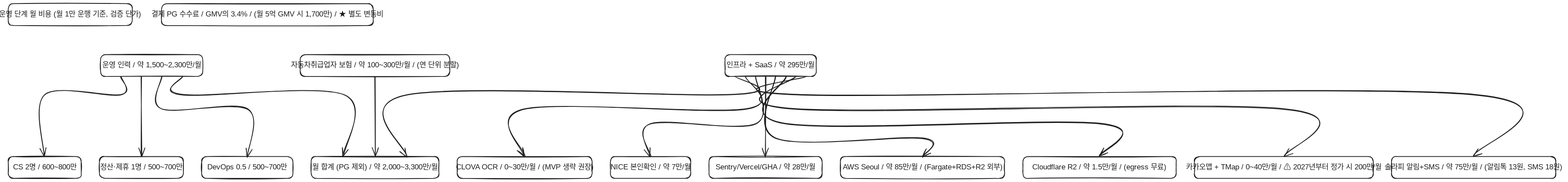
serendibeats/cargypsy keeps this Excalidraw diagram as diagrams/08-cost-operations.excalidraw.svg. Above is the earlier version. Source tidied: one line per element, renumbered; positions are measured from the earlier drawing's top-left corner, leaving out a move shared by most shapes. The source it was exported from:
```json
{"id": 0, "type": "rectangle", "strokeColor": "#1e1e1e", "strokeWidth": 2, "roughness": 1, "round": true, "x": 1974, "y": 140, "width": 250, "height": 60}
{"id": 1, "type": "text", "text": "인프라 + SaaS / 약 295만/월", "strokeColor": "#1e1e1e", "strokeWidth": 2, "roughness": 1, "fontSize": 20, "fontFamily": 5, "textAlign": "center", "verticalAlign": "middle", "x": 1973, "y": 158, "width": 252, "height": 25}
{"id": 2, "type": "rectangle", "strokeColor": "#1e1e1e", "strokeWidth": 2, "roughness": 1, "round": true, "x": 2290, "y": 420, "width": 450, "height": 60}
{"id": 3, "type": "text", "text": "AWS Seoul / 약 85만/월 / (Fargate+RDS+R2 외부)", "strokeColor": "#1e1e1e", "strokeWidth": 2, "roughness": 1, "fontSize": 20, "fontFamily": 5, "textAlign": "center", "verticalAlign": "middle", "x": 2269, "y": 438, "width": 492, "height": 25}
{"id": 4, "type": "rectangle", "strokeColor": "#1e1e1e", "strokeWidth": 2, "roughness": 1, "round": true, "x": 2790, "y": 420, "width": 420, "height": 60}
{"id": 5, "type": "text", "text": "Cloudflare R2 / 약 1.5만/월 / (egress 무료)", "strokeColor": "#1e1e1e", "strokeWidth": 2, "roughness": 1, "fontSize": 20, "fontFamily": 5, "textAlign": "center", "verticalAlign": "middle", "x": 2772, "y": 438, "width": 456, "height": 25}
{"id": 6, "type": "rectangle", "strokeColor": "#1e1e1e", "strokeWidth": 2, "roughness": 1, "round": true, "x": 3800, "y": 420, "width": 450, "height": 60}
{"id": 7, "type": "text", "text": "솔라피 알림+SMS / 약 75만/월 / (알림톡 13원, SMS 18원)", "strokeColor": "#1e1e1e", "strokeWidth": 2, "roughness": 1, "fontSize": 20, "fontFamily": 5, "textAlign": "center", "verticalAlign": "middle", "x": 3779, "y": 438, "width": 492, "height": 25}
{"id": 8, "type": "rectangle", "strokeColor": "#1e1e1e", "strokeWidth": 2, "roughness": 1, "round": true, "x": 3260, "y": 420, "width": 490, "height": 60}
{"id": 9, "type": "text", "text": "카카오맵 + TMap / 0~40만/월 / ⚠ 2027년부터 정가 시 200만/월", "strokeColor": "#1e1e1e", "strokeWidth": 2, "roughness": 1, "fontSize": 20, "fontFamily": 5, "textAlign": "center", "verticalAlign": "middle", "x": 3235, "y": 438, "width": 540, "height": 25}
{"id": 10, "type": "rectangle", "strokeColor": "#1e1e1e", "strokeWidth": 2, "roughness": 1, "round": true, "x": 1240, "y": 420, "width": 370, "height": 60}
{"id": 11, "type": "text", "text": "CLOVA OCR / 0~30만/월 / (MVP 생략 권장)", "strokeColor": "#1e1e1e", "strokeWidth": 2, "roughness": 1, "fontSize": 20, "fontFamily": 5, "textAlign": "center", "verticalAlign": "middle", "x": 1227, "y": 438, "width": 396, "height": 25}
{"id": 12, "type": "rectangle", "strokeColor": "#1e1e1e", "strokeWidth": 2, "roughness": 1, "round": true, "x": 1660, "y": 420, "width": 220, "height": 60}
{"id": 13, "type": "text", "text": "NICE 본인확인 / 약 7만/월", "strokeColor": "#1e1e1e", "strokeWidth": 2, "roughness": 1, "fontSize": 20, "fontFamily": 5, "textAlign": "center", "verticalAlign": "middle", "x": 1662, "y": 438, "width": 216, "height": 25}
{"id": 14, "type": "rectangle", "strokeColor": "#1e1e1e", "strokeWidth": 2, "roughness": 1, "round": true, "x": 1930, "y": 420, "width": 310, "height": 60}
{"id": 15, "type": "text", "text": "Sentry/Vercel/GHA / 약 28만/월", "strokeColor": "#1e1e1e", "strokeWidth": 2, "roughness": 1, "fontSize": 20, "fontFamily": 5, "textAlign": "center", "verticalAlign": "middle", "x": 1923, "y": 438, "width": 324, "height": 25}
{"id": 16, "type": "rectangle", "strokeColor": "#1e1e1e", "strokeWidth": 2, "roughness": 1, "round": true, "x": 263, "y": 140, "width": 280, "height": 60}
{"id": 17, "type": "text", "text": "운영 인력 / 약 1,500~2,300만/월", "strokeColor": "#1e1e1e", "strokeWidth": 2, "roughness": 1, "fontSize": 20, "fontFamily": 5, "textAlign": "center", "verticalAlign": "middle", "x": 259, "y": 158, "width": 288, "height": 25}
{"id": 18, "type": "rectangle", "strokeColor": "#1e1e1e", "strokeWidth": 2, "roughness": 1, "round": true, "x": 10, "y": 420, "width": 200, "height": 60}
{"id": 19, "type": "text", "text": "CS 2명 / 600~800만", "strokeColor": "#1e1e1e", "strokeWidth": 2, "roughness": 1, "fontSize": 20, "fontFamily": 5, "textAlign": "center", "verticalAlign": "middle", "x": 14, "y": 438, "width": 192, "height": 25}
{"id": 20, "type": "rectangle", "strokeColor": "#1e1e1e", "strokeWidth": 2, "roughness": 1, "round": true, "x": 260, "y": 420, "width": 230, "height": 60}
{"id": 21, "type": "text", "text": "정산·제휴 1명 / 500~700만", "strokeColor": "#1e1e1e", "strokeWidth": 2, "roughness": 1, "fontSize": 20, "fontFamily": 5, "textAlign": "center", "verticalAlign": "middle", "x": 261, "y": 438, "width": 228, "height": 25}
{"id": 22, "type": "rectangle", "strokeColor": "#1e1e1e", "strokeWidth": 2, "roughness": 1, "round": true, "x": 540, "y": 420, "width": 250, "height": 60}
{"id": 23, "type": "text", "text": "DevOps 0.5 / 500~700만", "strokeColor": "#1e1e1e", "strokeWidth": 2, "roughness": 1, "fontSize": 20, "fontFamily": 5, "textAlign": "center", "verticalAlign": "middle", "x": 539, "y": 438, "width": 252, "height": 25}
{"id": 24, "type": "rectangle", "strokeColor": "#1e1e1e", "strokeWidth": 2, "roughness": 1, "round": true, "x": 840, "y": 420, "width": 350, "height": 60}
{"id": 25, "type": "text", "text": "월 합계 (PG 제외) / 약 2,000~3,300만/월", "strokeColor": "#1e1e1e", "strokeWidth": 2, "roughness": 1, "fontSize": 20, "fontFamily": 5, "textAlign": "center", "verticalAlign": "middle", "x": 829, "y": 438, "width": 372, "height": 25}
{"id": 26, "type": "rectangle", "strokeColor": "#1e1e1e", "strokeWidth": 2, "roughness": 1, "round": true, "x": 810, "y": 140, "width": 410, "height": 60}
{"id": 27, "type": "text", "text": "자동차취급업자 보험 / 약 100~300만/월 / (연 단위 분할)", "strokeColor": "#1e1e1e", "strokeWidth": 2, "roughness": 1, "fontSize": 20, "fontFamily": 5, "textAlign": "center", "verticalAlign": "middle", "x": 793, "y": 158, "width": 444, "height": 25}
{"id": 28, "type": "rectangle", "strokeColor": "#1e1e1e", "strokeWidth": 2, "roughness": 1, "round": true, "x": 10, "y": 0, "width": 340, "height": 60}
{"id": 29, "type": "text", "text": "운영 단계 월 비용 (월 1만 운행 기준, 검증 단가)", "strokeColor": "#1e1e1e", "strokeWidth": 2, "roughness": 1, "fontSize": 20, "fontFamily": 5, "textAlign": "center", "verticalAlign": "middle", "x": 0, "y": 18, "width": 360, "height": 25}
{"id": 30, "type": "rectangle", "strokeColor": "#1e1e1e", "strokeWidth": 2, "roughness": 1, "round": true, "x": 430, "y": 0, "width": 580, "height": 60}
{"id": 31, "type": "text", "text": "결제 PG 수수료 / GMV의 3.4% / (월 5억 GMV 시 1,700만) / ★ 별도 변동비", "strokeColor": "#1e1e1e", "strokeWidth": 2, "roughness": 1, "fontSize": 20, "fontFamily": 5, "textAlign": "center", "verticalAlign": "middle", "x": 396, "y": 18, "width": 648, "height": 25}
{"id": 32, "type": "arrow", "strokeColor": "#1e1e1e", "strokeWidth": 2, "roughness": 1, "endArrowhead": "arrow", "round": true, "from": 0, "to": 2, "x": 2113, "y": 200, "width": 402, "height": 220, "points": [[0, 0], [0, 170], [402, 170], [402, 220]]}
{"id": 33, "type": "arrow", "strokeColor": "#1e1e1e", "strokeWidth": 2, "roughness": 1, "endArrowhead": "arrow", "round": true, "from": 0, "to": 4, "x": 2141, "y": 200, "width": 859, "height": 220, "points": [[0, 0], [0, 130], [859, 130], [859, 220]]}
{"id": 34, "type": "arrow", "strokeColor": "#1e1e1e", "strokeWidth": 2, "roughness": 1, "endArrowhead": "arrow", "round": true, "from": 0, "to": 6, "x": 2196, "y": 200, "width": 1829, "height": 220, "points": [[0, 0], [0, 50], [1829, 50], [1829, 220]]}
{"id": 35, "type": "arrow", "strokeColor": "#1e1e1e", "strokeWidth": 2, "roughness": 1, "endArrowhead": "arrow", "round": true, "from": 0, "to": 8, "x": 2168, "y": 200, "width": 1337, "height": 220, "points": [[0, 0], [0, 90], [1337, 90], [1337, 220]]}
{"id": 36, "type": "arrow", "strokeColor": "#1e1e1e", "strokeWidth": 2, "roughness": 1, "endArrowhead": "arrow", "round": true, "from": 0, "to": 10, "x": 2030, "y": 200, "width": 605, "height": 220, "points": [[0, 0], [0, 90], [-605, 90], [-605, 220]]}
{"id": 37, "type": "arrow", "strokeColor": "#1e1e1e", "strokeWidth": 2, "roughness": 1, "endArrowhead": "arrow", "round": true, "from": 0, "to": 12, "x": 2057, "y": 200, "width": 287, "height": 220, "points": [[0, 0], [0, 130], [-287, 130], [-287, 220]]}
{"id": 38, "type": "arrow", "strokeColor": "#1e1e1e", "strokeWidth": 2, "roughness": 1, "endArrowhead": "arrow", "round": true, "from": 0, "to": 14, "x": 2085, "y": 200, "width": 0, "height": 220, "points": [[0, 0], [0, 220]]}
{"id": 39, "type": "arrow", "strokeColor": "#1e1e1e", "strokeWidth": 2, "roughness": 1, "endArrowhead": "arrow", "round": true, "from": 16, "to": 18, "x": 319, "y": 200, "width": 209, "height": 220, "points": [[0, 0], [0, 50], [-209, 50], [-209, 220]]}
{"id": 40, "type": "arrow", "strokeColor": "#1e1e1e", "strokeWidth": 2, "roughness": 1, "endArrowhead": "arrow", "round": true, "from": 16, "to": 20, "x": 375, "y": 200, "width": 0, "height": 220, "points": [[0, 0], [0, 220]]}
{"id": 41, "type": "arrow", "strokeColor": "#1e1e1e", "strokeWidth": 2, "roughness": 1, "endArrowhead": "arrow", "round": true, "from": 16, "to": 22, "x": 431, "y": 200, "width": 234, "height": 220, "points": [[0, 0], [0, 90], [234, 90], [234, 220]]}
{"id": 42, "type": "arrow", "strokeColor": "#1e1e1e", "strokeWidth": 2, "roughness": 1, "endArrowhead": "arrow", "round": true, "from": 0, "to": 24, "x": 2002, "y": 200, "width": 899, "height": 220, "points": [[0, 0], [0, 50], [-899, 50], [-899, 220]]}
{"id": 43, "type": "arrow", "strokeColor": "#1e1e1e", "strokeWidth": 2, "roughness": 1, "endArrowhead": "arrow", "round": true, "from": 16, "to": 24, "x": 487, "y": 200, "width": 441, "height": 220, "points": [[0, 0], [0, 50], [441, 50], [441, 220]]}
{"id": 44, "type": "arrow", "strokeColor": "#1e1e1e", "strokeWidth": 2, "roughness": 1, "endArrowhead": "arrow", "round": true, "from": 26, "to": 24, "x": 1015, "y": 200, "width": 0, "height": 220, "points": [[0, 0], [0, 220]]}
```
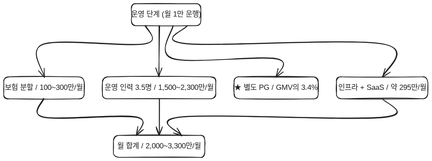
Above is the later version.

Diff of the diagram source:
```diff
@@ -1,45 +1,19 @@
-{"id": 0, "type": "rectangle", "strokeColor": "#1e1e1e", "strokeWidth": 2, "roughness": 1, "round": true, "x": 1974, "y": 140, "width": 250, "height": 60}
+{"id": 45, "type": "rectangle", "strokeColor": "#1e1e1e", "strokeWidth": 2, "roughness": 1, "round": true, "x": 1413, "y": -60, "width": 190, "height": 60}
+{"id": 46, "type": "text", "text": "운영 단계 (월 1만 운행)", "strokeColor": "#1e1e1e", "strokeWidth": 2, "roughness": 1, "fontSize": 20, "fontFamily": 5, "textAlign": "center", "verticalAlign": "middle", "x": 1418, "y": -42, "width": 180, "height": 25}
+{"id": 47, "type": "rectangle", "strokeColor": "#1e1e1e", "strokeWidth": 2, "roughness": 1, "round": true, "x": 1974, "y": 140, "width": 250, "height": 60}
 {"id": 1, "type": "text", "text": "인프라 + SaaS / 약 295만/월", "strokeColor": "#1e1e1e", "strokeWidth": 2, "roughness": 1, "fontSize": 20, "fontFamily": 5, "textAlign": "center", "verticalAlign": "middle", "x": 1973, "y": 158, "width": 252, "height": 25}
-{"id": 2, "type": "rectangle", "strokeColor": "#1e1e1e", "strokeWidth": 2, "roughness": 1, "round": true, "x": 2290, "y": 420, "width": 450, "height": 60}
-{"id": 3, "type": "text", "text": "AWS Seoul / 약 85만/월 / (Fargate+RDS+R2 외부)", "strokeColor": "#1e1e1e", "strokeWidth": 2, "roughness": 1, "fontSize": 20, "fontFamily": 5, "textAlign": "center", "verticalAlign": "middle", "x": 2269, "y": 438, "width": 492, "height": 25}
-{"id": 4, "type": "rectangle", "strokeColor": "#1e1e1e", "strokeWidth": 2, "roughness": 1, "round": true, "x": 2790, "y": 420, "width": 420, "height": 60}
-{"id": 5, "type": "text", "text": "Cloudflare R2 / 약 1.5만/월 / (egress 무료)", "strokeColor": "#1e1e1e", "strokeWidth": 2, "roughness": 1, "fontSize": 20, "fontFamily": 5, "textAlign": "center", "verticalAlign": "middle", "x": 2772, "y": 438, "width": 456, "height": 25}
-{"id": 6, "type": "rectangle", "strokeColor": "#1e1e1e", "strokeWidth": 2, "roughness": 1, "round": true, "x": 3800, "y": 420, "width": 450, "height": 60}
-{"id": 7, "type": "text", "text": "솔라피 알림+SMS / 약 75만/월 / (알림톡 13원, SMS 18원)", "strokeColor": "#1e1e1e", "strokeWidth": 2, "roughness": 1, "fontSize": 20, "fontFamily": 5, "textAlign": "center", "verticalAlign": "middle", "x": 3779, "y": 438, "width": 492, "height": 25}
-{"id": 8, "type": "rectangle", "strokeColor": "#1e1e1e", "strokeWidth": 2, "roughness": 1, "round": true, "x": 3260, "y": 420, "width": 490, "height": 60}
-{"id": 9, "type": "text", "text": "카카오맵 + TMap / 0~40만/월 / ⚠ 2027년부터 정가 시 200만/월", "strokeColor": "#1e1e1e", "strokeWidth": 2, "roughness": 1, "fontSize": 20, "fontFamily": 5, "textAlign": "center", "verticalAlign": "middle", "x": 3235, "y": 438, "width": 540, "height": 25}
-{"id": 10, "type": "rectangle", "strokeColor": "#1e1e1e", "strokeWidth": 2, "roughness": 1, "round": true, "x": 1240, "y": 420, "width": 370, "height": 60}
-{"id": 11, "type": "text", "text": "CLOVA OCR / 0~30만/월 / (MVP 생략 권장)", "strokeColor": "#1e1e1e", "strokeWidth": 2, "roughness": 1, "fontSize": 20, "fontFamily": 5, "textAlign": "center", "verticalAlign": "middle", "x": 1227, "y": 438, "width": 396, "height": 25}
-{"id": 12, "type": "rectangle", "strokeColor": "#1e1e1e", "strokeWidth": 2, "roughness": 1, "round": true, "x": 1660, "y": 420, "width": 220, "height": 60}
-{"id": 13, "type": "text", "text": "NICE 본인확인 / 약 7만/월", "strokeColor": "#1e1e1e", "strokeWidth": 2, "roughness": 1, "fontSize": 20, "fontFamily": 5, "textAlign": "center", "verticalAlign": "middle", "x": 1662, "y": 438, "width": 216, "height": 25}
-{"id": 14, "type": "rectangle", "strokeColor": "#1e1e1e", "strokeWidth": 2, "roughness": 1, "round": true, "x": 1930, "y": 420, "width": 310, "height": 60}
-{"id": 15, "type": "text", "text": "Sentry/Vercel/GHA / 약 28만/월", "strokeColor": "#1e1e1e", "strokeWidth": 2, "roughness": 1, "fontSize": 20, "fontFamily": 5, "textAlign": "center", "verticalAlign": "middle", "x": 1923, "y": 438, "width": 324, "height": 25}
-{"id": 16, "type": "rectangle", "strokeColor": "#1e1e1e", "strokeWidth": 2, "roughness": 1, "round": true, "x": 263, "y": 140, "width": 280, "height": 60}
-{"id": 17, "type": "text", "text": "운영 인력 / 약 1,500~2,300만/월", "strokeColor": "#1e1e1e", "strokeWidth": 2, "roughness": 1, "fontSize": 20, "fontFamily": 5, "textAlign": "center", "verticalAlign": "middle", "x": 259, "y": 158, "width": 288, "height": 25}
-{"id": 18, "type": "rectangle", "strokeColor": "#1e1e1e", "strokeWidth": 2, "roughness": 1, "round": true, "x": 10, "y": 420, "width": 200, "height": 60}
-{"id": 19, "type": "text", "text": "CS 2명 / 600~800만", "strokeColor": "#1e1e1e", "strokeWidth": 2, "roughness": 1, "fontSize": 20, "fontFamily": 5, "textAlign": "center", "verticalAlign": "middle", "x": 14, "y": 438, "width": 192, "height": 25}
-{"id": 20, "type": "rectangle", "strokeColor": "#1e1e1e", "strokeWidth": 2, "roughness": 1, "round": true, "x": 260, "y": 420, "width": 230, "height": 60}
-{"id": 21, "type": "text", "text": "정산·제휴 1명 / 500~700만", "strokeColor": "#1e1e1e", "strokeWidth": 2, "roughness": 1, "fontSize": 20, "fontFamily": 5, "textAlign": "center", "verticalAlign": "middle", "x": 261, "y": 438, "width": 228, "height": 25}
-{"id": 22, "type": "rectangle", "strokeColor": "#1e1e1e", "strokeWidth": 2, "roughness": 1, "round": true, "x": 540, "y": 420, "width": 250, "height": 60}
-{"id": 23, "type": "text", "text": "DevOps 0.5 / 500~700만", "strokeColor": "#1e1e1e", "strokeWidth": 2, "roughness": 1, "fontSize": 20, "fontFamily": 5, "textAlign": "center", "verticalAlign": "middle", "x": 539, "y": 438, "width": 252, "height": 25}
-{"id": 24, "type": "rectangle", "strokeColor": "#1e1e1e", "strokeWidth": 2, "roughness": 1, "round": true, "x": 840, "y": 420, "width": 350, "height": 60}
-{"id": 25, "type": "text", "text": "월 합계 (PG 제외) / 약 2,000~3,300만/월", "strokeColor": "#1e1e1e", "strokeWidth": 2, "roughness": 1, "fontSize": 20, "fontFamily": 5, "textAlign": "center", "verticalAlign": "middle", "x": 829, "y": 438, "width": 372, "height": 25}
-{"id": 26, "type": "rectangle", "strokeColor": "#1e1e1e", "strokeWidth": 2, "roughness": 1, "round": true, "x": 810, "y": 140, "width": 410, "height": 60}
-{"id": 27, "type": "text", "text": "자동차취급업자 보험 / 약 100~300만/월 / (연 단위 분할)", "strokeColor": "#1e1e1e", "strokeWidth": 2, "roughness": 1, "fontSize": 20, "fontFamily": 5, "textAlign": "center", "verticalAlign": "middle", "x": 793, "y": 158, "width": 444, "height": 25}
-{"id": 28, "type": "rectangle", "strokeColor": "#1e1e1e", "strokeWidth": 2, "roughness": 1, "round": true, "x": 10, "y": 0, "width": 340, "height": 60}
-{"id": 29, "type": "text", "text": "운영 단계 월 비용 (월 1만 운행 기준, 검증 단가)", "strokeColor": "#1e1e1e", "strokeWidth": 2, "roughness": 1, "fontSize": 20, "fontFamily": 5, "textAlign": "center", "verticalAlign": "middle", "x": 0, "y": 18, "width": 360, "height": 25}
-{"id": 30, "type": "rectangle", "strokeColor": "#1e1e1e", "strokeWidth": 2, "roughness": 1, "round": true, "x": 430, "y": 0, "width": 580, "height": 60}
-{"id": 31, "type": "text", "text": "결제 PG 수수료 / GMV의 3.4% / (월 5억 GMV 시 1,700만) / ★ 별도 변동비", "strokeColor": "#1e1e1e", "strokeWidth": 2, "roughness": 1, "fontSize": 20, "fontFamily": 5, "textAlign": "center", "verticalAlign": "middle", "x": 396, "y": 18, "width": 648, "height": 25}
-{"id": 32, "type": "arrow", "strokeColor": "#1e1e1e", "strokeWidth": 2, "roughness": 1, "endArrowhead": "arrow", "round": true, "from": 0, "to": 2, "x": 2113, "y": 200, "width": 402, "height": 220, "points": [[0, 0], [0, 170], [402, 170], [402, 220]]}
-{"id": 33, "type": "arrow", "strokeColor": "#1e1e1e", "strokeWidth": 2, "roughness": 1, "endArrowhead": "arrow", "round": true, "from": 0, "to": 4, "x": 2141, "y": 200, "width": 859, "height": 220, "points": [[0, 0], [0, 130], [859, 130], [859, 220]]}
-{"id": 34, "type": "arrow", "strokeColor": "#1e1e1e", "strokeWidth": 2, "roughness": 1, "endArrowhead": "arrow", "round": true, "from": 0, "to": 6, "x": 2196, "y": 200, "width": 1829, "height": 220, "points": [[0, 0], [0, 50], [1829, 50], [1829, 220]]}
-{"id": 35, "type": "arrow", "strokeColor": "#1e1e1e", "strokeWidth": 2, "roughness": 1, "endArrowhead": "arrow", "round": true, "from": 0, "to": 8, "x": 2168, "y": 200, "width": 1337, "height": 220, "points": [[0, 0], [0, 90], [1337, 90], [1337, 220]]}
-{"id": 36, "type": "arrow", "strokeColor": "#1e1e1e", "strokeWidth": 2, "roughness": 1, "endArrowhead": "arrow", "round": true, "from": 0, "to": 10, "x": 2030, "y": 200, "width": 605, "height": 220, "points": [[0, 0], [0, 90], [-605, 90], [-605, 220]]}
-{"id": 37, "type": "arrow", "strokeColor": "#1e1e1e", "strokeWidth": 2, "roughness": 1, "endArrowhead": "arrow", "round": true, "from": 0, "to": 12, "x": 2057, "y": 200, "width": 287, "height": 220, "points": [[0, 0], [0, 130], [-287, 130], [-287, 220]]}
-{"id": 38, "type": "arrow", "strokeColor": "#1e1e1e", "strokeWidth": 2, "roughness": 1, "endArrowhead": "arrow", "round": true, "from": 0, "to": 14, "x": 2085, "y": 200, "width": 0, "height": 220, "points": [[0, 0], [0, 220]]}
-{"id": 39, "type": "arrow", "strokeColor": "#1e1e1e", "strokeWidth": 2, "roughness": 1, "endArrowhead": "arrow", "round": true, "from": 16, "to": 18, "x": 319, "y": 200, "width": 209, "height": 220, "points": [[0, 0], [0, 50], [-209, 50], [-209, 220]]}
-{"id": 40, "type": "arrow", "strokeColor": "#1e1e1e", "strokeWidth": 2, "roughness": 1, "endArrowhead": "arrow", "round": true, "from": 16, "to": 20, "x": 375, "y": 200, "width": 0, "height": 220, "points": [[0, 0], [0, 220]]}
-{"id": 41, "type": "arrow", "strokeColor": "#1e1e1e", "strokeWidth": 2, "roughness": 1, "endArrowhead": "arrow", "round": true, "from": 16, "to": 22, "x": 431, "y": 200, "width": 234, "height": 220, "points": [[0, 0], [0, 90], [234, 90], [234, 220]]}
-{"id": 42, "type": "arrow", "strokeColor": "#1e1e1e", "strokeWidth": 2, "roughness": 1, "endArrowhead": "arrow", "round": true, "from": 0, "to": 24, "x": 2002, "y": 200, "width": 899, "height": 220, "points": [[0, 0], [0, 50], [-899, 50], [-899, 220]]}
-{"id": 43, "type": "arrow", "strokeColor": "#1e1e1e", "strokeWidth": 2, "roughness": 1, "endArrowhead": "arrow", "round": true, "from": 16, "to": 24, "x": 487, "y": 200, "width": 441, "height": 220, "points": [[0, 0], [0, 50], [441, 50], [441, 220]]}
-{"id": 44, "type": "arrow", "strokeColor": "#1e1e1e", "strokeWidth": 2, "roughness": 1, "endArrowhead": "arrow", "round": true, "from": 26, "to": 24, "x": 1015, "y": 200, "width": 0, "height": 220, "points": [[0, 0], [0, 220]]}
+{"id": 48, "type": "rectangle", "strokeColor": "#1e1e1e", "strokeWidth": 2, "roughness": 1, "round": true, "x": 1334, "y": 140, "width": 310, "height": 60}
+{"id": 49, "type": "text", "text": "운영 인력 3.5명 / 1,500~2,300만/월", "strokeColor": "#1e1e1e", "strokeWidth": 2, "roughness": 1, "fontSize": 20, "fontFamily": 5, "textAlign": "center", "verticalAlign": "middle", "x": 1327, "y": 158, "width": 324, "height": 25}
+{"id": 50, "type": "rectangle", "strokeColor": "#1e1e1e", "strokeWidth": 2, "roughness": 1, "round": true, "x": 1064, "y": 140, "width": 220, "height": 60}
+{"id": 51, "type": "text", "text": "보험 분할 / 100~300만/월", "strokeColor": "#1e1e1e", "strokeWidth": 2, "roughness": 1, "fontSize": 20, "fontFamily": 5, "textAlign": "center", "verticalAlign": "middle", "x": 1066, "y": 158, "width": 216, "height": 25}
+{"id": 52, "type": "rectangle", "strokeColor": "#1e1e1e", "strokeWidth": 2, "roughness": 1, "round": true, "x": 1364, "y": 300, "width": 250, "height": 60}
+{"id": 53, "type": "text", "text": "월 합계 / 2,000~3,300만/월", "strokeColor": "#1e1e1e", "strokeWidth": 2, "roughness": 1, "fontSize": 20, "fontFamily": 5, "textAlign": "center", "verticalAlign": "middle", "x": 1363, "y": 318, "width": 252, "height": 25}
+{"id": 54, "type": "rectangle", "strokeColor": "#1e1e1e", "strokeWidth": 2, "roughness": 1, "round": true, "x": 1694, "y": 140, "width": 230, "height": 60}
+{"id": 55, "type": "text", "text": "★ 별도 PG / GMV의 3.4%", "strokeColor": "#1e1e1e", "strokeWidth": 2, "roughness": 1, "fontSize": 20, "fontFamily": 5, "textAlign": "center", "verticalAlign": "middle", "x": 1695, "y": 158, "width": 228, "height": 25}
+{"id": 56, "type": "arrow", "strokeColor": "#1e1e1e", "strokeWidth": 2, "roughness": 1, "endArrowhead": "arrow", "round": true, "from": 45, "to": 47, "x": 1565, "y": 0, "width": 534, "height": 140, "points": [[0, 0], [0, 50], [534, 50], [534, 140]]}
+{"id": 57, "type": "arrow", "strokeColor": "#1e1e1e", "strokeWidth": 2, "roughness": 1, "endArrowhead": "arrow", "round": true, "from": 45, "to": 48, "x": 1489, "y": 0, "width": 0, "height": 140, "points": [[0, 0], [0, 140]]}
+{"id": 58, "type": "arrow", "strokeColor": "#1e1e1e", "strokeWidth": 2, "roughness": 1, "endArrowhead": "arrow", "round": true, "from": 45, "to": 50, "x": 1451, "y": 0, "width": 277, "height": 140, "points": [[0, 0], [0, 50], [-277, 50], [-277, 140]]}
+{"id": 59, "type": "arrow", "strokeColor": "#1e1e1e", "strokeWidth": 2, "roughness": 1, "endArrowhead": "arrow", "round": true, "from": 47, "to": 52, "x": 2099, "y": 200, "width": 547, "height": 100, "points": [[0, 0], [0, 50], [-547, 50], [-547, 100]]}
+{"id": 60, "type": "arrow", "strokeColor": "#1e1e1e", "strokeWidth": 2, "roughness": 1, "endArrowhead": "arrow", "round": true, "from": 48, "to": 52, "x": 1489, "y": 200, "width": 0, "height": 100, "points": [[0, 0], [0, 100]]}
+{"id": 61, "type": "arrow", "strokeColor": "#1e1e1e", "strokeWidth": 2, "roughness": 1, "endArrowhead": "arrow", "round": true, "from": 50, "to": 52, "x": 1174, "y": 200, "width": 253, "height": 100, "points": [[0, 0], [0, 50], [253, 50], [253, 100]]}
+{"id": 62, "type": "arrow", "strokeColor": "#1e1e1e", "strokeWidth": 2, "roughness": 1, "endArrowhead": "arrow", "round": true, "from": 45, "to": 54, "x": 1527, "y": 0, "width": 282, "height": 140, "points": [[0, 0], [0, 90], [282, 90], [282, 140]]}
```
